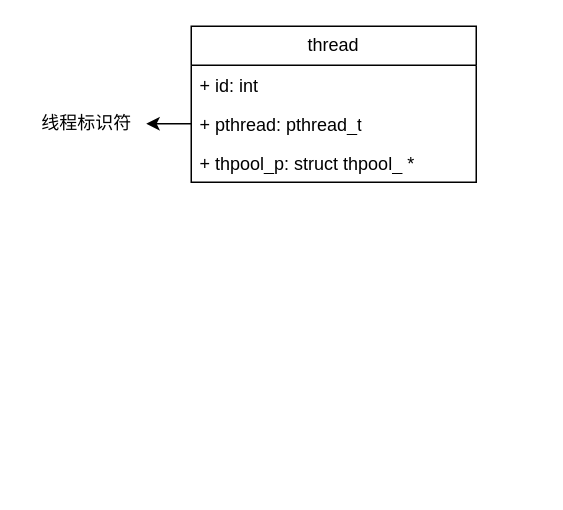
Above: C-Thread-Pool.drawio in 200928/image (draw.io), before the change. Source tidied: cells renumbered, new cells numbered last; positions are measured from the earlier drawing's top-left corner, leaving out a move shared by most shapes. Both pictures are drawn from the tidied source at 150%, with x=0, y=0 at pixel (26, 26).
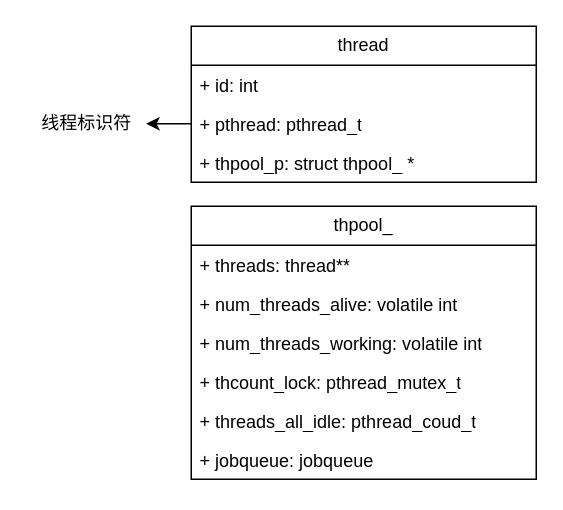
The same page after the edit.

Change to the diagram source:
```diff
@@
 <mxGraphModel>
   <root>
     <mxCell id="0" />
     <mxCell id="1" parent="0" />
     <mxCell id="2" value="thread" style="swimlane;fontStyle=0;horizontal=1;startSize=26;fillColor=none;whiteSpace=wrap;html=1;" parent="1" vertex="1">
-      <mxGeometry x="110" width="190" height="104" as="geometry" />
+      <mxGeometry x="110" width="230" height="104" as="geometry" />
     </mxCell>
     <mxCell id="3" value="+ id: int" style="text;strokeColor=none;fillColor=none;align=left;verticalAlign=top;spacingLeft=4;spacingRight=4;overflow=hidden;whiteSpace=wrap;html=1;" parent="2" vertex="1">
-      <mxGeometry y="26" width="190" height="26" as="geometry" />
+      <mxGeometry y="26" width="230" height="26" as="geometry" />
     </mxCell>
     <mxCell id="4" style="edgeStyle=orthogonalEdgeStyle;rounded=0;jettySize=auto;html=1;exitX=0;exitY=0.5;exitDx=0;exitDy=0;" parent="2" edge="1" source="5">
       <mxGeometry relative="1" as="geometry">
         <mxPoint x="-30" y="64.9" as="targetPoint" />
       </mxGeometry>
     </mxCell>
     <mxCell id="5" value="+ pthread: pthread_t" style="text;strokeColor=none;fillColor=none;align=left;verticalAlign=top;spacingLeft=4;spacingRight=4;overflow=hidden;points=[[0,0.5],[1,0.5]];portConstraint=eastwest;whiteSpace=wrap;html=1;" parent="2" vertex="1">
-      <mxGeometry y="52" width="190" height="26" as="geometry" />
+      <mxGeometry y="52" width="230" height="26" as="geometry" />
     </mxCell>
     <mxCell id="6" value="+ thpool_p: struct thpool_ *" style="text;strokeColor=none;fillColor=none;align=left;verticalAlign=top;spacingLeft=4;spacingRight=4;overflow=hidden;whiteSpace=wrap;html=1;" parent="2" vertex="1">
-      <mxGeometry y="78" width="190" height="26" as="geometry" />
+      <mxGeometry y="78" width="230" height="26" as="geometry" />
     </mxCell>
     <mxCell id="7" value="线程标识符" style="text;html=1;align=center;verticalAlign=middle;strokeColor=none;fillColor=none;" parent="1" vertex="1">
       <mxGeometry y="50" width="80" height="30" as="geometry" />
     </mxCell>
+    <mxCell id="8" value="thpool_" style="swimlane;fontStyle=0;horizontal=1;startSize=26;fillColor=none;whiteSpace=wrap;html=1;" parent="1" vertex="1">
+      <mxGeometry x="110" y="120" width="230" height="182" as="geometry" />
+    </mxCell>
+    <mxCell id="9" value="+ threads: thread**" style="text;strokeColor=none;fillColor=none;align=left;verticalAlign=top;spacingLeft=4;spacingRight=4;overflow=hidden;whiteSpace=wrap;html=1;" parent="8" vertex="1">
+      <mxGeometry y="26" width="230" height="26" as="geometry" />
+    </mxCell>
+    <mxCell id="10" value="+ num_threads_alive: volatile int" style="text;strokeColor=none;fillColor=none;align=left;verticalAlign=top;spacingLeft=4;spacingRight=4;overflow=hidden;whiteSpace=wrap;html=1;" parent="8" vertex="1">
+      <mxGeometry y="52" width="230" height="26" as="geometry" />
+    </mxCell>
+    <mxCell id="11" value="+ num_threads_working: volatile int" style="text;strokeColor=none;fillColor=none;align=left;verticalAlign=top;spacingLeft=4;spacingRight=4;overflow=hidden;whiteSpace=wrap;html=1;" parent="8" vertex="1">
+      <mxGeometry y="78" width="230" height="26" as="geometry" />
+    </mxCell>
+    <mxCell id="12" value="&lt;div&gt;+ thcount_lock: pthread_mutex_t&lt;/div&gt;" style="text;strokeColor=none;fillColor=none;align=left;verticalAlign=top;spacingLeft=4;spacingRight=4;overflow=hidden;whiteSpace=wrap;html=1;" parent="8" vertex="1">
+      <mxGeometry y="104" width="230" height="26" as="geometry" />
+    </mxCell>
+    <mxCell id="13" value="&lt;div&gt;+ threads_all_idle: pthread_coud_t&lt;/div&gt;" style="text;strokeColor=none;fillColor=none;align=left;verticalAlign=top;spacingLeft=4;spacingRight=4;overflow=hidden;whiteSpace=wrap;html=1;" parent="8" vertex="1">
+      <mxGeometry y="130" width="230" height="26" as="geometry" />
+    </mxCell>
+    <mxCell id="14" value="&lt;div&gt;+ jobqueue: jobqueue&lt;br&gt;&lt;/div&gt;" style="text;strokeColor=none;fillColor=none;align=left;verticalAlign=top;spacingLeft=4;spacingRight=4;overflow=hidden;whiteSpace=wrap;html=1;" parent="8" vertex="1">
+      <mxGeometry y="156" width="230" height="26" as="geometry" />
+    </mxCell>
   </root>
 </mxGraphModel>
```
